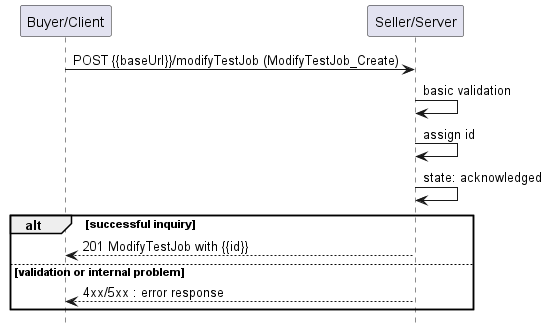
This is documentation/serviceApi/sft/serviceTest/media/useCase10.png from MEF-GIT/MEF-LSO-Legato-SDK, a PlantUML export, as it was before one commit. The source it was exported from:
```plantuml
@startuml useCase10


hide footbox

participant "Buyer/Client" as B
participant "Seller/Server" as S

B -> S : POST {{baseUrl}}/modifyTestJob (ModifyTestJob_Create)

S -> S : basic validation
S -> S : assign id
S -> S : state: acknowledged
alt successful inquiry
    B <-- S : 201 ModifyTestJob with {{id}}
else validation or internal problem
    B <-- S: 4xx/5xx : error response
end

@enduml
```
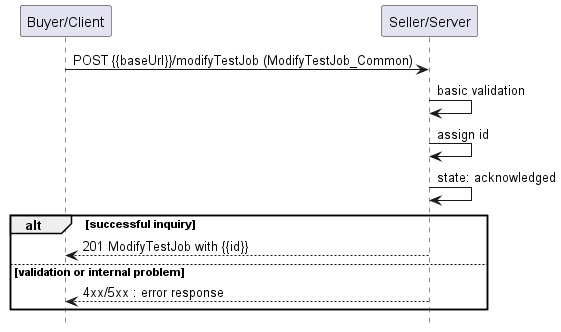
Above is the later version.

The edit, as a diff of the source:
```diff
@@ -6,7 +6,7 @@
 participant "Buyer/Client" as B
 participant "Seller/Server" as S
 
-B -> S : POST {{baseUrl}}/modifyTestJob (ModifyTestJob_Create)
+B -> S : POST {{baseUrl}}/modifyTestJob (ModifyTestJob_Common)
 
 S -> S : basic validation
 S -> S : assign id
```
